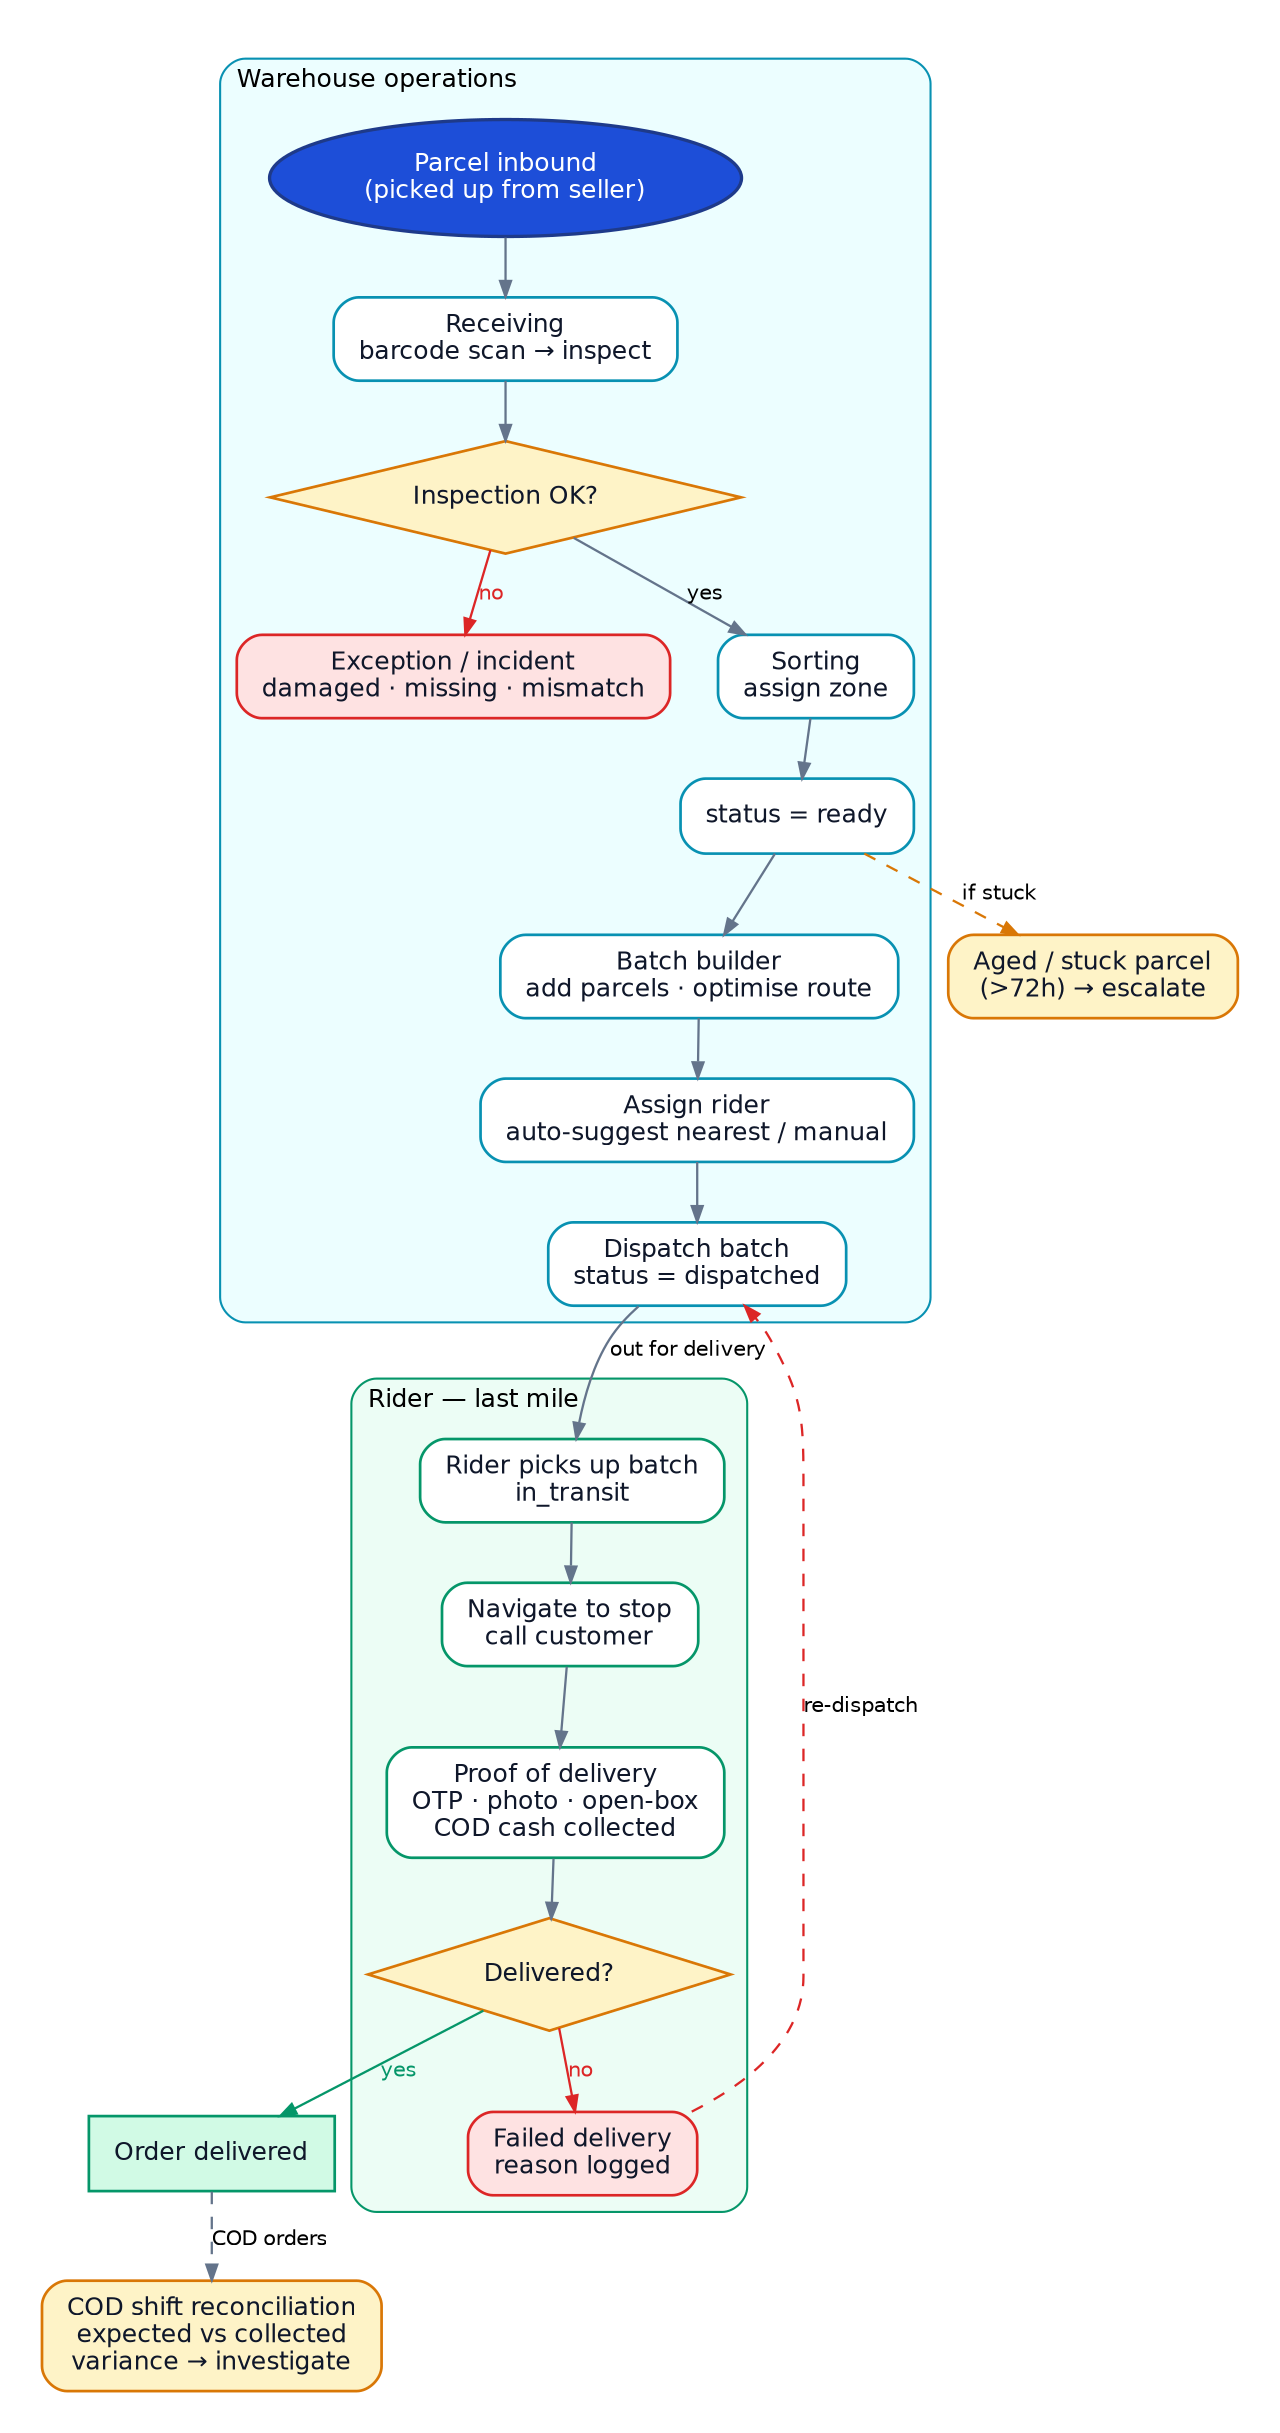
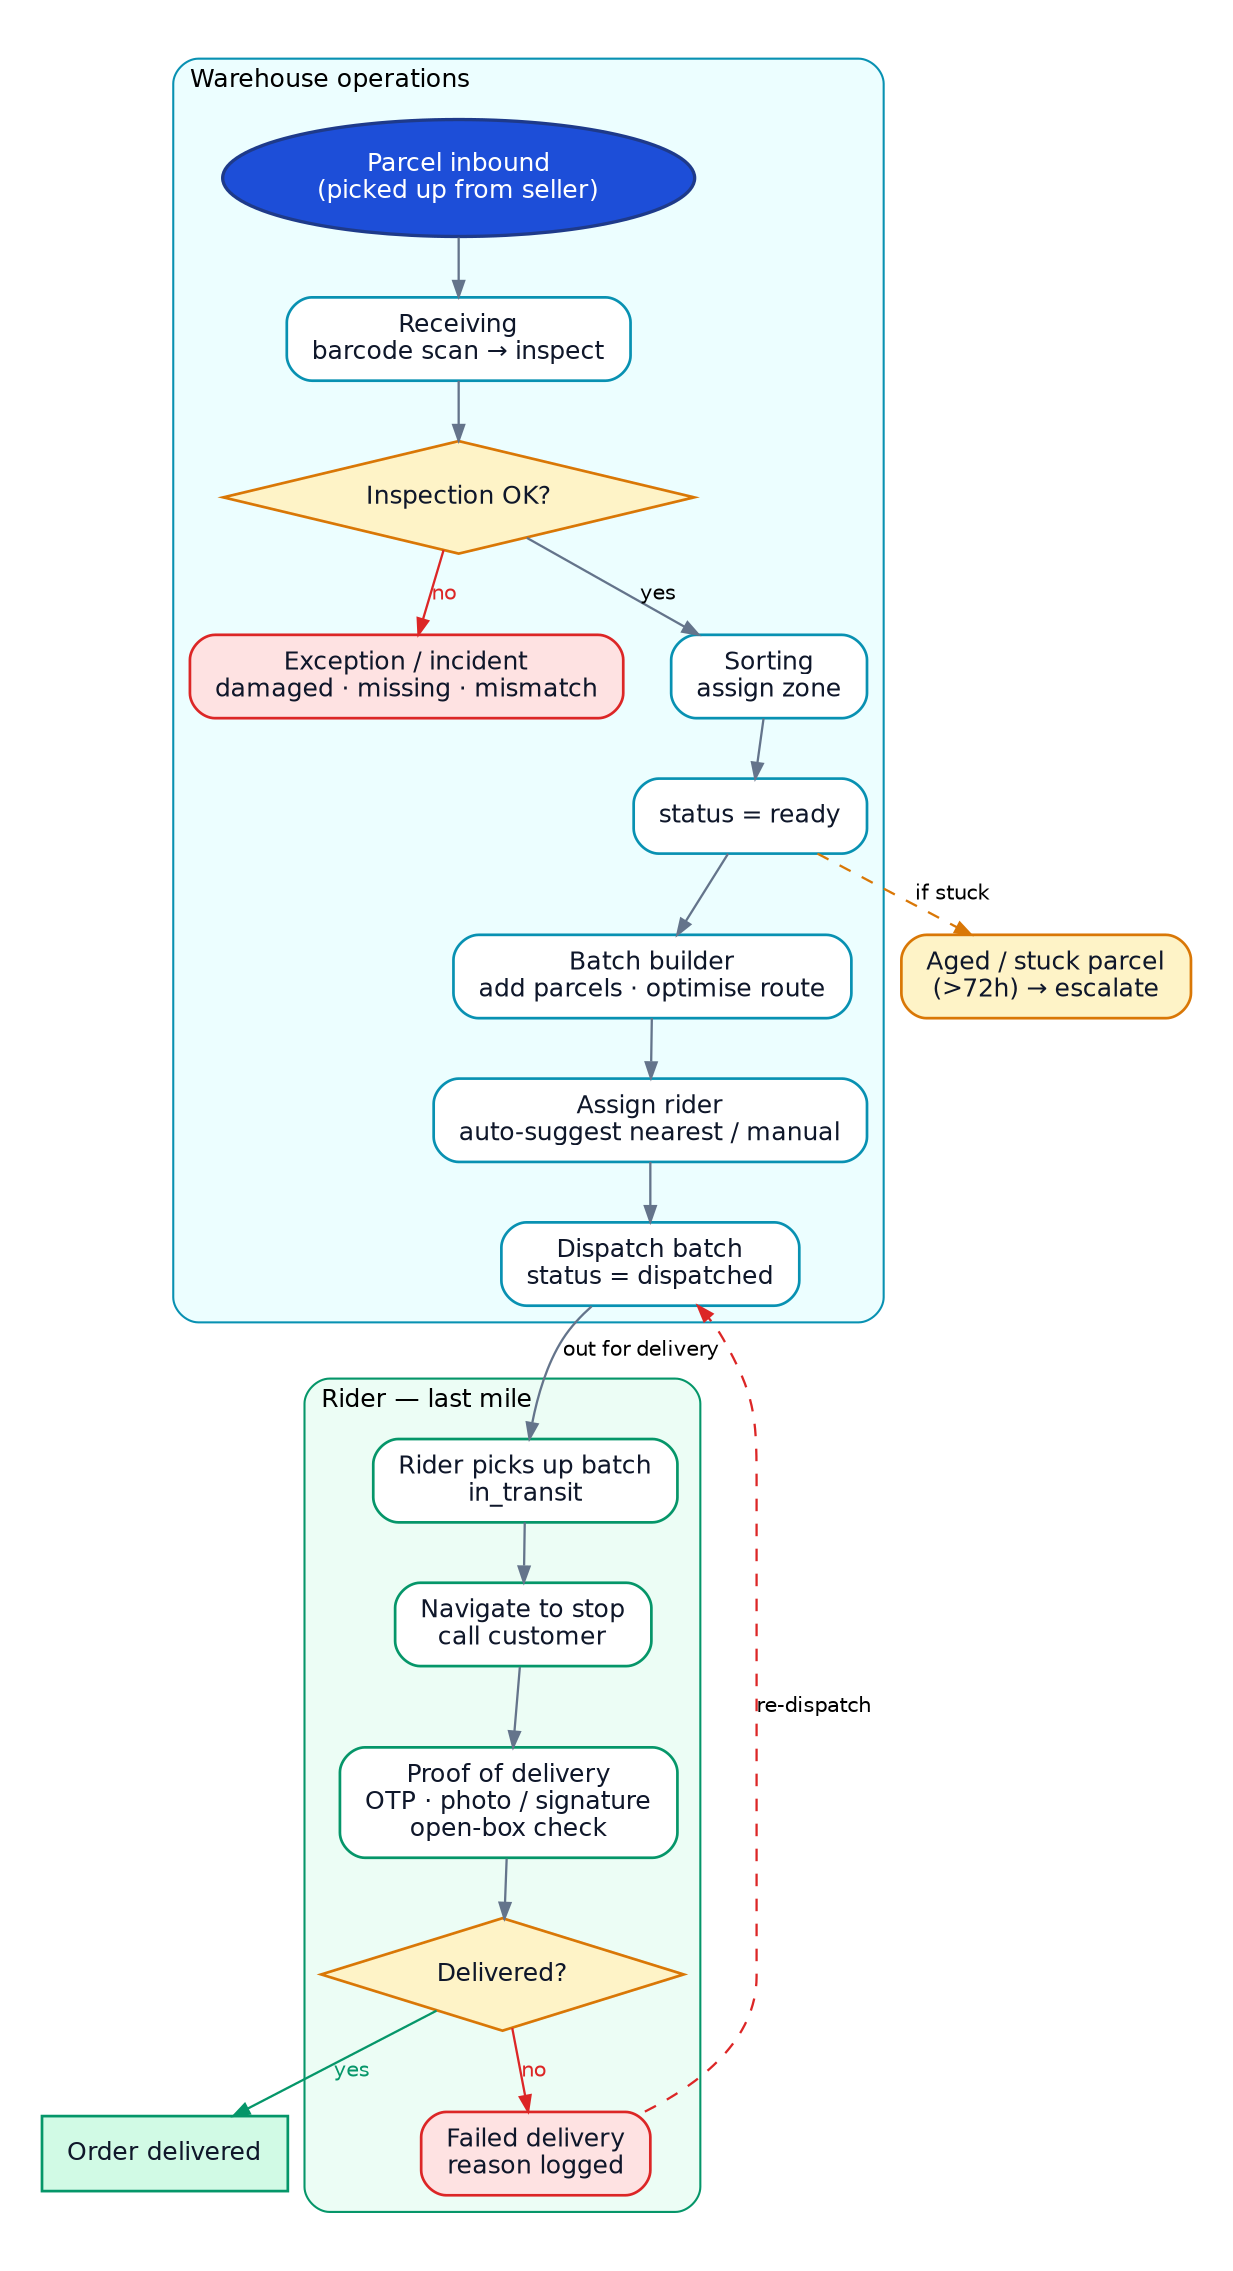
digraph delivery {
  graph [rankdir=TB, bgcolor="white", fontname="Helvetica", nodesep=0.32, ranksep=0.38, pad=0.28, ];
  node  [fontname="Helvetica", fontsize=12, margin="0.17,0.10", penwidth=1.3];
  edge  [fontname="Helvetica", fontsize=10, color="#64748b", arrowsize=0.75, penwidth=1.1];
  subgraph cluster_w {
    label="Warehouse operations"; fontname="Helvetica"; fontsize=12; style="rounded,filled"; fillcolor="#ECFEFF"; color="#0891b2"; labeljust=l;
  "d_in" [label="Parcel inbound
(picked up from seller)", shape=oval, style="filled", fillcolor="#1d4ed8", color="#1e3a8a", fontcolor="white", fontsize=12, penwidth=1.6];
  "d_recv" [label="Receiving
barcode scan → inspect", shape=box, style="rounded,filled", fillcolor="white", color="#0891b2", fontcolor="#0f172a", fontsize=12, penwidth=1.3];
  "d_insp" [label="Inspection OK?", shape=diamond, style="filled", fillcolor="#FEF3C7", color="#d97706", fontcolor="#0f172a", fontsize=12, penwidth=1.3];
  "d_exc" [label="Exception / incident
damaged · missing · mismatch", shape=box, style="rounded,filled", fillcolor="#FEE2E2", color="#dc2626", fontcolor="#0f172a", fontsize=12, penwidth=1.3];
  "d_sort" [label="Sorting
assign zone", shape=box, style="rounded,filled", fillcolor="white", color="#0891b2", fontcolor="#0f172a", fontsize=12, penwidth=1.3];
  "d_ready" [label="status = ready", shape=box, style="rounded,filled", fillcolor="white", color="#0891b2", fontcolor="#0f172a", fontsize=12, penwidth=1.3];
  "d_batch" [label="Batch builder
add parcels · optimise route", shape=box, style="rounded,filled", fillcolor="white", color="#0891b2", fontcolor="#0f172a", fontsize=12, penwidth=1.3];
  "d_assign" [label="Assign rider
auto-suggest nearest / manual", shape=box, style="rounded,filled", fillcolor="white", color="#0891b2", fontcolor="#0f172a", fontsize=12, penwidth=1.3];
  "d_disp" [label="Dispatch batch
status = dispatched", shape=box, style="rounded,filled", fillcolor="white", color="#0891b2", fontcolor="#0f172a", fontsize=12, penwidth=1.3];
  }
  subgraph cluster_r {
    label="Rider — last mile"; fontname="Helvetica"; fontsize=12; style="rounded,filled"; fillcolor="#ECFDF5"; color="#059669"; labeljust=l;
  "d_pick" [label="Rider picks up batch
in_transit", shape=box, style="rounded,filled", fillcolor="white", color="#059669", fontcolor="#0f172a", fontsize=12, penwidth=1.3];
  "d_nav" [label="Navigate to stop
call customer", shape=box, style="rounded,filled", fillcolor="white", color="#059669", fontcolor="#0f172a", fontsize=12, penwidth=1.3];
  "d_pod" [label="Proof of delivery
- OTP · photo · open-box
- COD cash collected", shape=box, style="rounded,filled", fillcolor="white", color="#059669", fontcolor="#0f172a", fontsize=12, penwidth=1.3];
+ OTP · photo / signature
+ open-box check", shape=box, style="rounded,filled", fillcolor="white", color="#059669", fontcolor="#0f172a", fontsize=12, penwidth=1.3];
  "d_ok" [label="Delivered?", shape=diamond, style="filled", fillcolor="#FEF3C7", color="#d97706", fontcolor="#0f172a", fontsize=12, penwidth=1.3];
  "d_fail" [label="Failed delivery
reason logged", shape=box, style="rounded,filled", fillcolor="#FEE2E2", color="#dc2626", fontcolor="#0f172a", fontsize=12, penwidth=1.3];
  }
  "d_done" [label="Order delivered", shape=box, style="filled", fillcolor="#D1FAE5", color="#059669", fontcolor="#0f172a", fontsize=12, penwidth=1.3];
-   "d_cod" [label="COD shift reconciliation
- expected vs collected
- variance → investigate", shape=box, style="rounded,filled", fillcolor="#FEF3C7", color="#d97706", fontcolor="#0f172a", fontsize=12, penwidth=1.3];
  "d_aged" [label="Aged / stuck parcel
(>72h) → escalate", shape=box, style="rounded,filled", fillcolor="#FEF3C7", color="#d97706", fontcolor="#0f172a", fontsize=12, penwidth=1.3];
  "d_in" -> "d_recv" [style=solid, color="#64748b"];
  "d_recv" -> "d_insp" [style=solid, color="#64748b"];
  "d_insp" -> "d_sort" [style=solid, color="#64748b", label="yes"];
  "d_insp" -> "d_exc" [style=solid, color="#dc2626", label="no", fontcolor="#dc2626"];
  "d_sort" -> "d_ready" [style=solid, color="#64748b"];
  "d_ready" -> "d_batch" [style=solid, color="#64748b"];
  "d_batch" -> "d_assign" [style=solid, color="#64748b"];
  "d_assign" -> "d_disp" [style=solid, color="#64748b"];
  "d_disp" -> "d_pick" [style=solid, color="#64748b", label="out for delivery"];
  "d_pick" -> "d_nav" [style=solid, color="#64748b"];
  "d_nav" -> "d_pod" [style=solid, color="#64748b"];
  "d_pod" -> "d_ok" [style=solid, color="#64748b"];
  "d_ok" -> "d_done" [style=solid, color="#059669", label="yes", fontcolor="#059669"];
  "d_ok" -> "d_fail" [style=solid, color="#dc2626", label="no", fontcolor="#dc2626"];
  "d_fail" -> "d_disp" [style=dashed, color="#dc2626", label="re-dispatch"];
-   "d_done" -> "d_cod" [style=dashed, color="#64748b", label="COD orders"];
  "d_ready" -> "d_aged" [style=dashed, color="#d97706", label="if stuck"];
}
